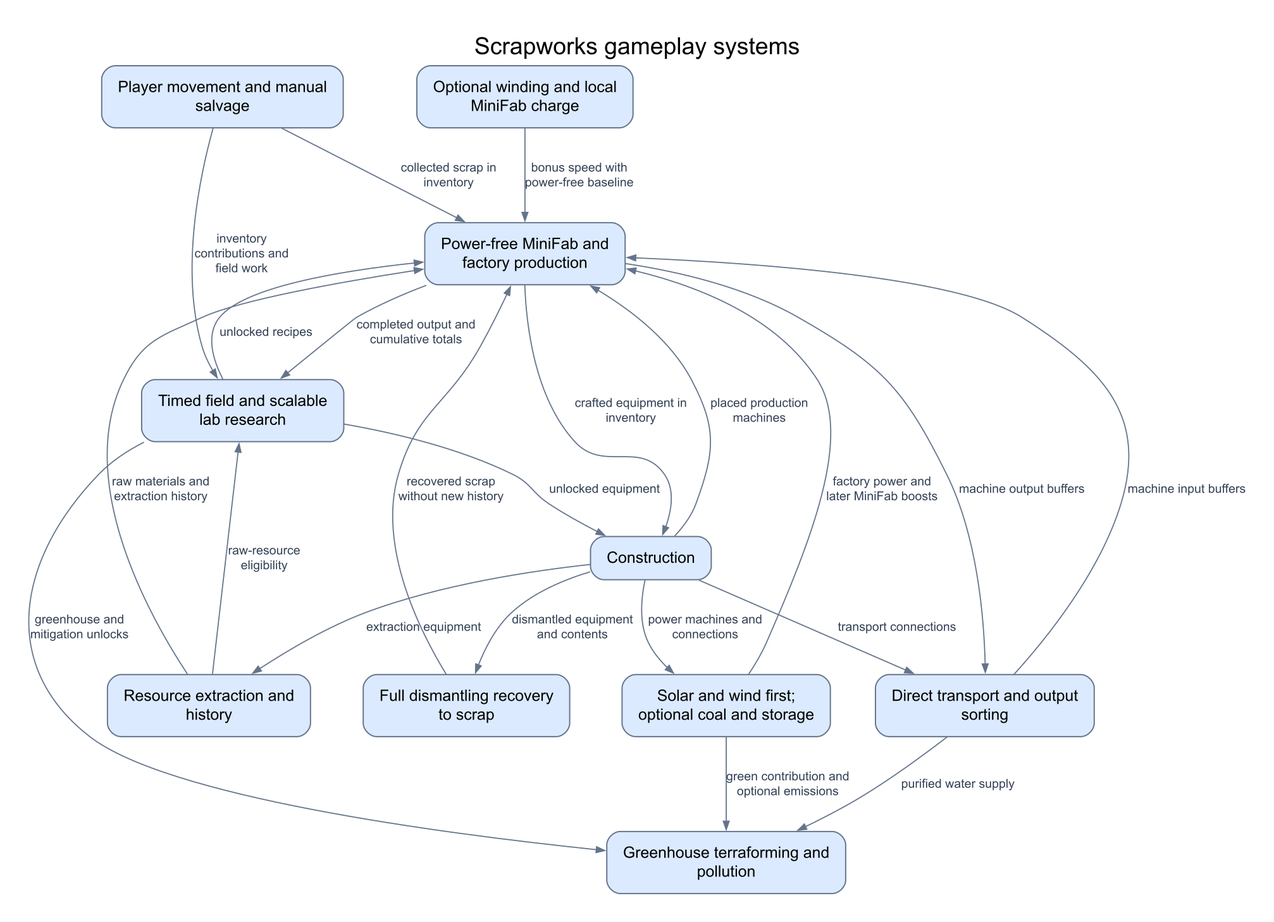
The Mermaid diagram docs/diagrams/gameplay-interactions.png in Googlproxer/Scrapworks, before a commit. Its source is kept beside it as docs/diagrams/src/gameplay-interactions.mmd.
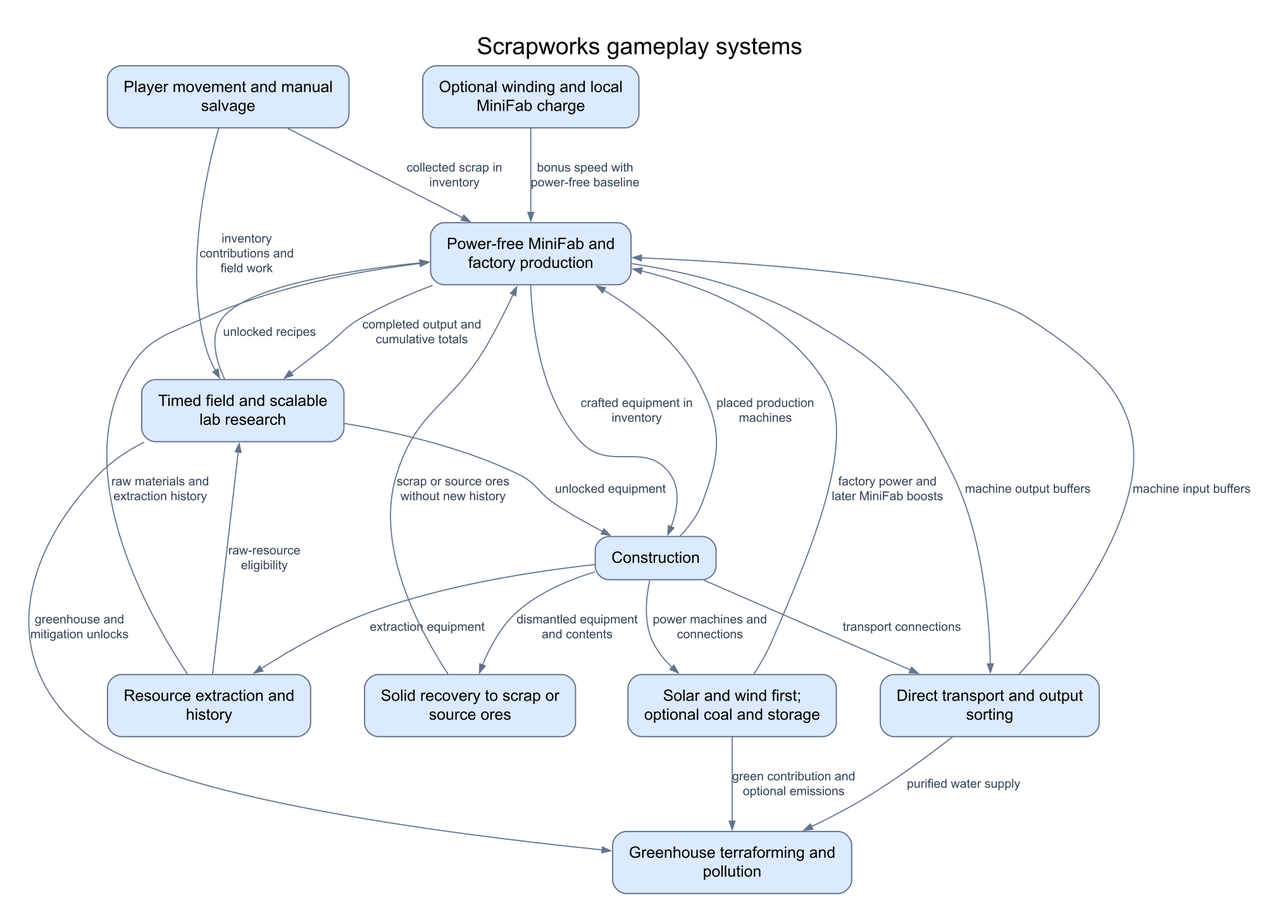
The same file after the commit.

What changed in the source:
```diff
@@ -7,7 +7,7 @@
     Power[Solar and wind first; optional coal and storage]
     Environment[Greenhouse terraforming and pollution]
     Extraction[Resource extraction and history]
-    Recovery[Full dismantling recovery to scrap]
+    Recovery[Solid recovery to scrap or source ores]
     Winding[Optional winding and local MiniFab charge]
 
     Player -->|collected scrap in inventory| Production
@@ -30,4 +30,4 @@
     Research -->|greenhouse and mitigation unlocks| Environment
     Transport -->|purified water supply| Environment
     Construction -->|dismantled equipment and contents| Recovery
-    Recovery -->|recovered scrap without new history| Production
+    Recovery -->|scrap or source ores without new history| Production
```
